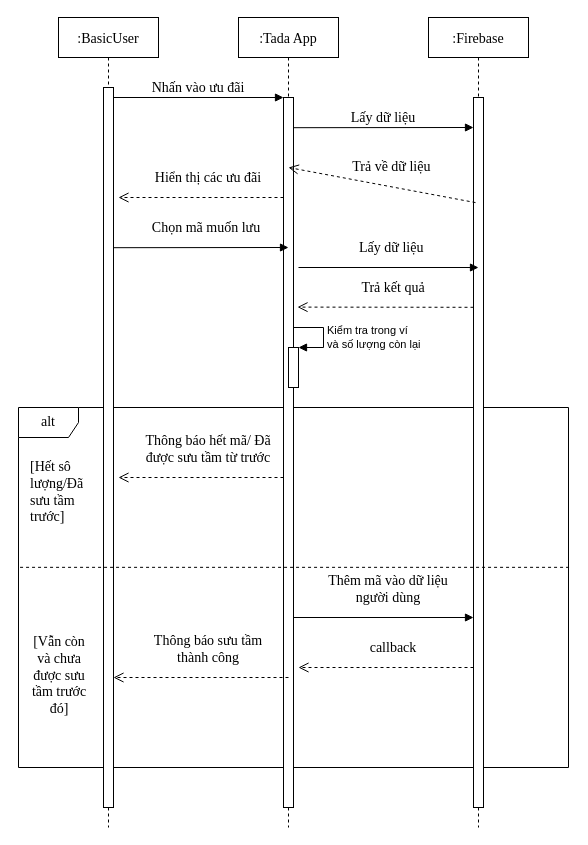
nguyendu11a2/TADA_DIAGRAM keeps this draw.io diagram as layma.drawio. Above is the earlier version. Source tidied: cells renumbered, new cells numbered last; positions are measured from the earlier drawing's top-left corner, leaving out a move shared by most shapes. Both pictures are drawn from the tidied source at 100%, with x=0, y=0 at pixel (18, 17).
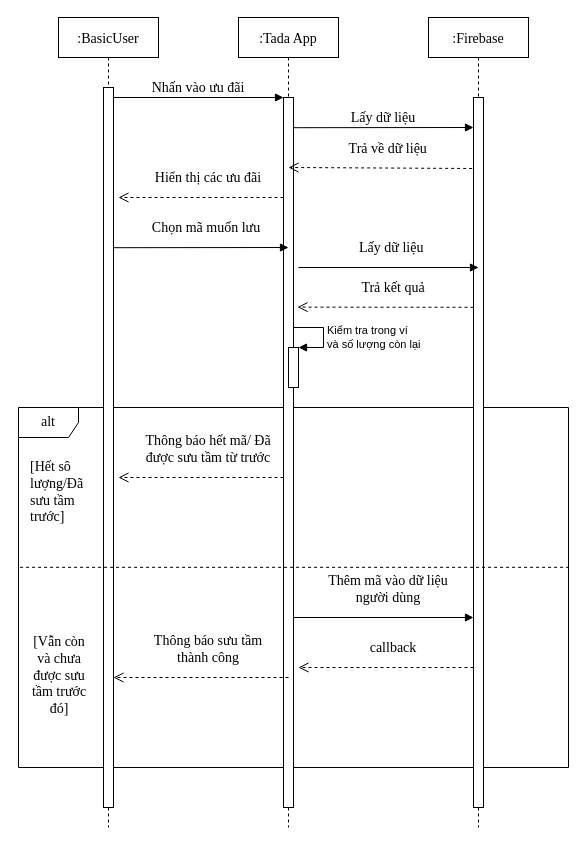
After the change.

The change refers to these unchanged cells:
```xml
<mxCell id="13" value=":Firebase" style="shape=umlLifeline;perimeter=lifelinePerimeter;rounded=0;shadow=0;strokeWidth=1;fontSize=14;fontFamily=Times New Roman;" parent="1" vertex="1">
  <mxGeometry x="410" width="100" height="810" as="geometry" />
</mxCell>
<mxCell id="14" style="points=[];perimeter=orthogonalPerimeter;rounded=0;shadow=0;strokeWidth=1;fontSize=14;fontFamily=Times New Roman;" parent="13" vertex="1">
  <mxGeometry x="45" y="80" width="10" height="710" as="geometry" />
</mxCell>
```

Change to the diagram source:
```diff
@@
-    <mxCell id="16" value="Trả về dữ liệu" style="verticalAlign=bottom;endArrow=open;dashed=1;endSize=8;shadow=0;strokeWidth=1;fontSize=14;fontFamily=Times New Roman;exitX=0.2;exitY=0.148;exitDx=0;exitDy=0;exitPerimeter=0;" parent="13" edge="1" source="14">
+    <mxCell id="16" value="Trả về dữ liệu" style="verticalAlign=bottom;endArrow=open;dashed=1;endSize=8;shadow=0;strokeWidth=1;fontSize=14;fontFamily=Times New Roman;exitX=-0.133;exitY=0.1;exitDx=0;exitDy=0;exitPerimeter=0;" parent="13" edge="1" source="14">
       <mxGeometry x="-0.09" y="-10" relative="1" as="geometry">
         <mxPoint x="-140" y="150" as="targetPoint" />
       </mxGeometry>
     </mxCell>
```
